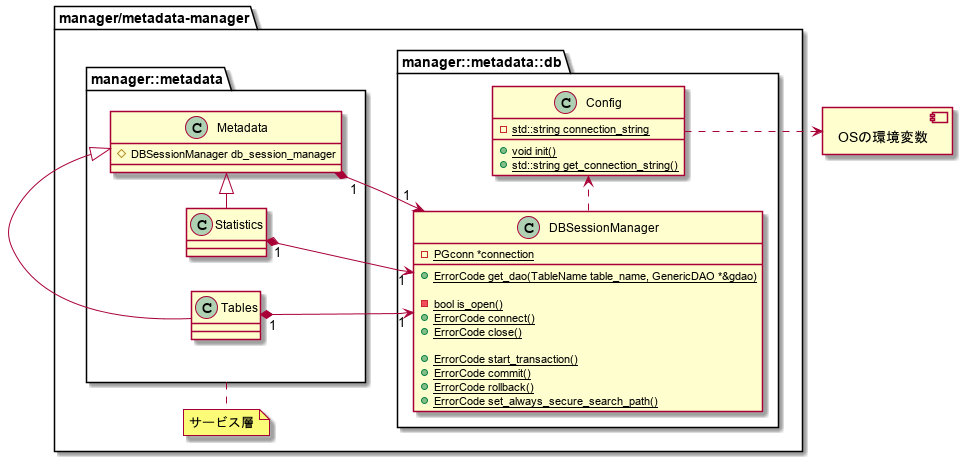
This is metadata-manager/docs/statistic/02.FD/out/uml/ClassDiagram_detail/ClassDiagram_detail_dbsm.png from project-tsurugi/metadata-manager, a PlantUML export, as it was before one commit.
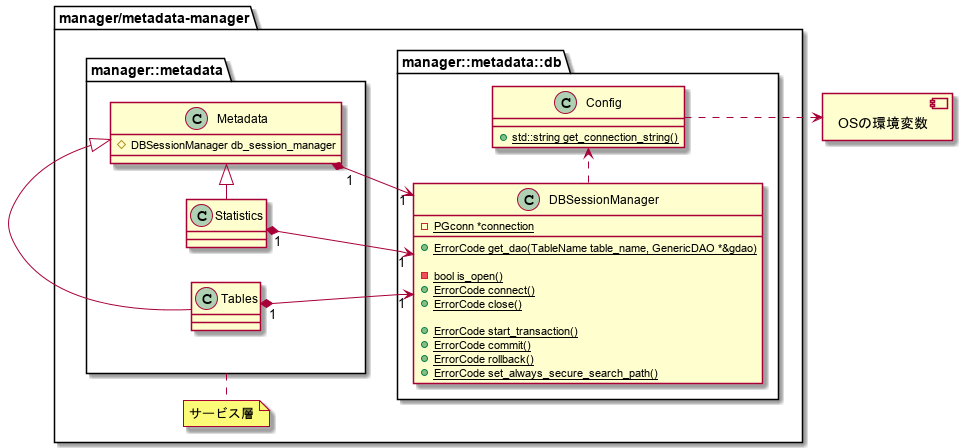
After the commit.

Commit message:
Fix method to get Connection Strings to satisfy the functional specification.

The edit, as a diff of the source:
```diff
@@ -35,8 +35,6 @@
     }
 
     class Config {
-      {field}-{static}std::string connection_string
-      {method}+{static}void init()
       {method}+{static}std::string get_connection_string()
     }
   }
```
